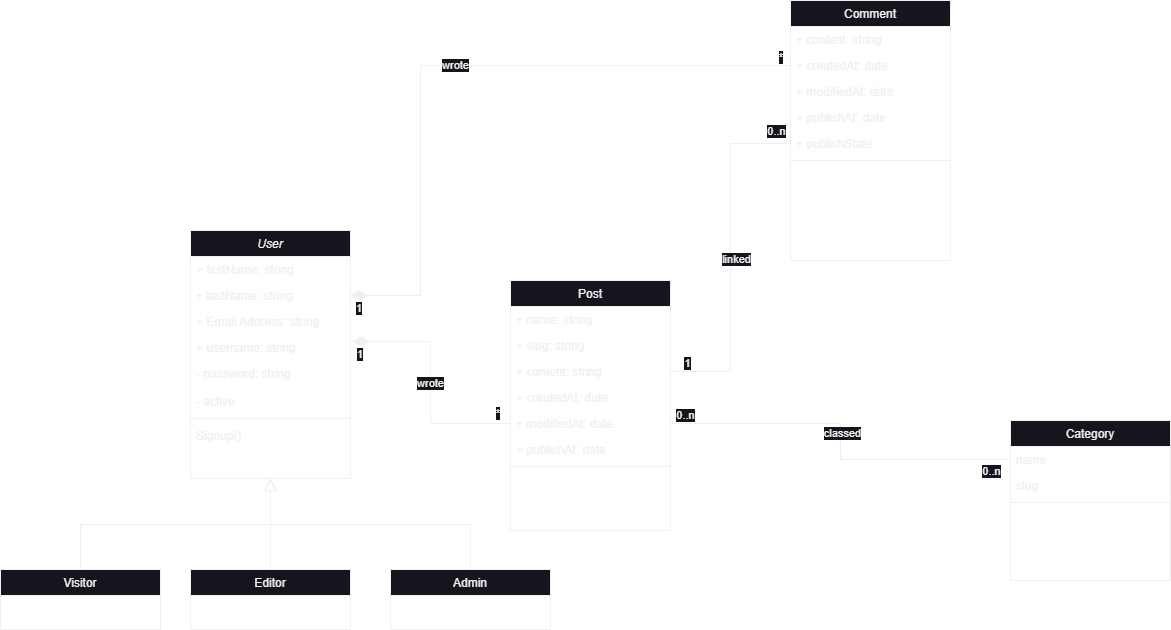
The draw.io diagram diagrams/Class Diagram.png in D-Jerome/Blog, before a commit. Source tidied: cells renumbered, new cells last; positions are measured from the earlier drawing's top-left corner, leaving out a move shared by most shapes.
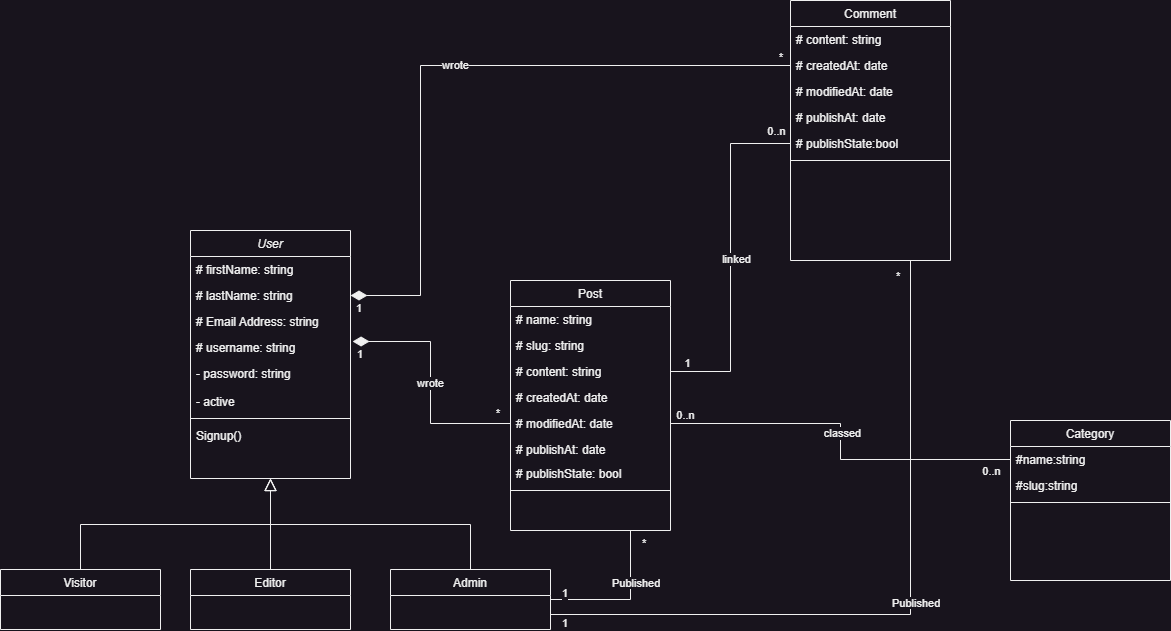
Above is the later version.

The edit, as a diff of the source:
```diff
@@ -5,16 +5,16 @@
     <mxCell id="2" value="User" style="swimlane;fontStyle=2;align=center;verticalAlign=top;horizontal=1;startSize=26;rounded=0;shadow=0;strokeWidth=1;" parent="1" vertex="1">
       <mxGeometry x="190" y="230" width="160" height="248" as="geometry" />
     </mxCell>
-    <mxCell id="3" value="+ firstName: string" style="text;align=left;verticalAlign=top;spacingLeft=4;spacingRight=4;overflow=hidden;" parent="2" vertex="1">
+    <mxCell id="3" value="# firstName: string" style="text;align=left;verticalAlign=top;spacingLeft=4;spacingRight=4;overflow=hidden;" parent="2" vertex="1">
       <mxGeometry y="26" width="160" height="26" as="geometry" />
     </mxCell>
-    <mxCell id="4" value="+ lastName: string" style="text;align=left;verticalAlign=top;spacingLeft=4;spacingRight=4;overflow=hidden;rounded=0;shadow=0;html=0;" parent="2" vertex="1">
+    <mxCell id="4" value="# lastName: string" style="text;align=left;verticalAlign=top;spacingLeft=4;spacingRight=4;overflow=hidden;rounded=0;shadow=0;html=0;" parent="2" vertex="1">
       <mxGeometry y="52" width="160" height="26" as="geometry" />
     </mxCell>
-    <mxCell id="5" value="+ Email Address: string" style="text;align=left;verticalAlign=top;spacingLeft=4;spacingRight=4;overflow=hidden;points=[[0,0.5],[1,0.5]];portConstraint=eastwest;rounded=0;shadow=0;html=0;" parent="2" vertex="1">
+    <mxCell id="5" value="# Email Address: string" style="text;align=left;verticalAlign=top;spacingLeft=4;spacingRight=4;overflow=hidden;points=[[0,0.5],[1,0.5]];portConstraint=eastwest;rounded=0;shadow=0;html=0;" parent="2" vertex="1">
       <mxGeometry y="78" width="160" height="26" as="geometry" />
     </mxCell>
-    <mxCell id="6" value="+ username: string" style="text;align=left;verticalAlign=top;spacingLeft=4;spacingRight=4;overflow=hidden;" parent="2" vertex="1">
+    <mxCell id="6" value="# username: string" style="text;align=left;verticalAlign=top;spacingLeft=4;spacingRight=4;overflow=hidden;" parent="2" vertex="1">
       <mxGeometry y="104" width="160" height="26" as="geometry" />
     </mxCell>
     <mxCell id="7" value="- password: string" style="text;align=left;verticalAlign=top;spacingLeft=4;spacingRight=4;overflow=hidden;" parent="2" vertex="1">
@@ -44,26 +44,29 @@
     <mxCell id="15" value="Post" style="swimlane;fontStyle=0;align=center;verticalAlign=top;horizontal=1;startSize=26;rounded=0;shadow=0;strokeWidth=1;" parent="1" vertex="1">
       <mxGeometry x="510" y="280" width="160" height="250" as="geometry" />
     </mxCell>
-    <mxCell id="16" value="+ name: string" style="text;align=left;verticalAlign=top;spacingLeft=4;spacingRight=4;overflow=hidden;rounded=0;shadow=0;html=0;" parent="15" vertex="1">
+    <mxCell id="16" value="# name: string" style="text;align=left;verticalAlign=top;spacingLeft=4;spacingRight=4;overflow=hidden;rounded=0;shadow=0;html=0;" parent="15" vertex="1">
       <mxGeometry y="26" width="160" height="26" as="geometry" />
     </mxCell>
-    <mxCell id="17" value="+ slug: string" style="text;align=left;verticalAlign=top;spacingLeft=4;spacingRight=4;overflow=hidden;" parent="15" vertex="1">
+    <mxCell id="17" value="# slug: string" style="text;align=left;verticalAlign=top;spacingLeft=4;spacingRight=4;overflow=hidden;" parent="15" vertex="1">
       <mxGeometry y="52" width="160" height="26" as="geometry" />
     </mxCell>
-    <mxCell id="18" value="+ content: string" style="text;align=left;verticalAlign=top;spacingLeft=4;spacingRight=4;overflow=hidden;points=[[0,0.5],[1,0.5]];portConstraint=eastwest;rounded=0;shadow=0;html=0;" parent="15" vertex="1">
+    <mxCell id="18" value="# content: string" style="text;align=left;verticalAlign=top;spacingLeft=4;spacingRight=4;overflow=hidden;points=[[0,0.5],[1,0.5]];portConstraint=eastwest;rounded=0;shadow=0;html=0;" parent="15" vertex="1">
       <mxGeometry y="78" width="160" height="26" as="geometry" />
     </mxCell>
-    <mxCell id="19" value="+ createdAt: date" style="text;align=left;verticalAlign=top;spacingLeft=4;spacingRight=4;overflow=hidden;rounded=0;shadow=0;html=0;" parent="15" vertex="1">
+    <mxCell id="19" value="# createdAt: date" style="text;align=left;verticalAlign=top;spacingLeft=4;spacingRight=4;overflow=hidden;rounded=0;shadow=0;html=0;" parent="15" vertex="1">
       <mxGeometry y="104" width="160" height="26" as="geometry" />
     </mxCell>
-    <mxCell id="20" value="+ modifiedAt: date" style="text;align=left;verticalAlign=top;spacingLeft=4;spacingRight=4;overflow=hidden;points=[[0,0.5],[1,0.5]];portConstraint=eastwest;rounded=0;shadow=0;html=0;" parent="15" vertex="1">
+    <mxCell id="20" value="# modifiedAt: date" style="text;align=left;verticalAlign=top;spacingLeft=4;spacingRight=4;overflow=hidden;points=[[0,0.5],[1,0.5]];portConstraint=eastwest;rounded=0;shadow=0;html=0;" parent="15" vertex="1">
       <mxGeometry y="130" width="160" height="26" as="geometry" />
     </mxCell>
-    <mxCell id="21" value="+ publishAt: date" style="text;align=left;verticalAlign=top;spacingLeft=4;spacingRight=4;overflow=hidden;rounded=0;shadow=0;html=0;" parent="15" vertex="1">
-      <mxGeometry y="156" width="160" height="26" as="geometry" />
+    <mxCell id="21" value="# publishAt: date" style="text;align=left;verticalAlign=top;spacingLeft=4;spacingRight=4;overflow=hidden;rounded=0;shadow=0;html=0;" parent="15" vertex="1">
+      <mxGeometry y="156" width="160" height="24" as="geometry" />
     </mxCell>
+    <mxCell id="50" value="# publishState: bool" style="text;align=left;verticalAlign=top;spacingLeft=4;spacingRight=4;overflow=hidden;rounded=0;shadow=0;html=0;" parent="15" vertex="1">
+      <mxGeometry y="180" width="160" height="26" as="geometry" />
+    </mxCell>
     <mxCell id="22" style="line;html=1;strokeWidth=1;align=left;verticalAlign=middle;spacingTop=-1;spacingLeft=3;spacingRight=3;labelPosition=right;" parent="15" vertex="1">
-      <mxGeometry y="182" width="160" height="8" as="geometry" />
+      <mxGeometry y="206" width="160" height="8" as="geometry" />
     </mxCell>
     <mxCell id="23" value="wrote" style="endArrow=none;html=1;endSize=12;startArrow=diamondThin;startSize=14;startFill=1;edgeStyle=orthogonalEdgeStyle;rounded=0;exitX=1.013;exitY=1.269;exitDx=0;exitDy=0;exitPerimeter=0;entryX=0;entryY=0.5;entryDx=0;entryDy=0;endFill=0;" parent="1" edge="1" source="5" target="20">
       <mxGeometry relative="1" as="geometry" />
@@ -87,19 +90,19 @@
     <mxCell id="28" value="Comment" style="swimlane;fontStyle=0;align=center;verticalAlign=top;horizontal=1;startSize=26;rounded=0;shadow=0;strokeWidth=1;" parent="1" vertex="1">
       <mxGeometry x="790" width="160" height="260" as="geometry" />
     </mxCell>
-    <mxCell id="29" value="+ content: string" style="text;align=left;verticalAlign=top;spacingLeft=4;spacingRight=4;overflow=hidden;rounded=0;shadow=0;html=0;" parent="28" vertex="1">
+    <mxCell id="29" value="# content: string" style="text;align=left;verticalAlign=top;spacingLeft=4;spacingRight=4;overflow=hidden;rounded=0;shadow=0;html=0;" parent="28" vertex="1">
       <mxGeometry y="26" width="160" height="26" as="geometry" />
     </mxCell>
-    <mxCell id="30" value="+ createdAt: date" style="text;align=left;verticalAlign=top;spacingLeft=4;spacingRight=4;overflow=hidden;points=[[0,0.5],[1,0.5]];portConstraint=eastwest;rounded=0;shadow=0;html=0;" parent="28" vertex="1">
+    <mxCell id="30" value="# createdAt: date" style="text;align=left;verticalAlign=top;spacingLeft=4;spacingRight=4;overflow=hidden;points=[[0,0.5],[1,0.5]];portConstraint=eastwest;rounded=0;shadow=0;html=0;" parent="28" vertex="1">
       <mxGeometry y="52" width="160" height="26" as="geometry" />
     </mxCell>
-    <mxCell id="31" value="+ modifiedAt: date" style="text;align=left;verticalAlign=top;spacingLeft=4;spacingRight=4;overflow=hidden;rounded=0;shadow=0;html=0;" parent="28" vertex="1">
+    <mxCell id="31" value="# modifiedAt: date" style="text;align=left;verticalAlign=top;spacingLeft=4;spacingRight=4;overflow=hidden;rounded=0;shadow=0;html=0;" parent="28" vertex="1">
       <mxGeometry y="78" width="160" height="26" as="geometry" />
     </mxCell>
-    <mxCell id="32" value="+ publishAt: date" style="text;align=left;verticalAlign=top;spacingLeft=4;spacingRight=4;overflow=hidden;rounded=0;shadow=0;html=0;" parent="28" vertex="1">
+    <mxCell id="32" value="# publishAt: date" style="text;align=left;verticalAlign=top;spacingLeft=4;spacingRight=4;overflow=hidden;rounded=0;shadow=0;html=0;" parent="28" vertex="1">
       <mxGeometry y="104" width="160" height="26" as="geometry" />
     </mxCell>
-    <mxCell id="33" value="+ publishState" style="text;align=left;verticalAlign=top;spacingLeft=4;spacingRight=4;overflow=hidden;points=[[0,0.5],[1,0.5]];portConstraint=eastwest;" parent="28" vertex="1">
+    <mxCell id="33" value="# publishState:bool" style="text;align=left;verticalAlign=top;spacingLeft=4;spacingRight=4;overflow=hidden;points=[[0,0.5],[1,0.5]];portConstraint=eastwest;" parent="28" vertex="1">
       <mxGeometry y="130" width="160" height="26" as="geometry" />
     </mxCell>
     <mxCell id="34" style="line;html=1;strokeWidth=1;align=left;verticalAlign=middle;spacingTop=-1;spacingLeft=3;spacingRight=3;labelPosition=right;" parent="28" vertex="1">
@@ -108,10 +111,10 @@
     <mxCell id="35" value="Category" style="swimlane;fontStyle=0;align=center;verticalAlign=top;horizontal=1;startSize=26;rounded=0;shadow=0;strokeWidth=1;" parent="1" vertex="1">
       <mxGeometry x="1010" y="420" width="160" height="160" as="geometry" />
     </mxCell>
-    <mxCell id="36" value="name" style="text;align=left;verticalAlign=top;spacingLeft=4;spacingRight=4;overflow=hidden;points=[[0,0.5],[1,0.5]];portConstraint=eastwest;rounded=0;shadow=0;html=0;" parent="35" vertex="1">
+    <mxCell id="36" value="#name:string" style="text;align=left;verticalAlign=top;spacingLeft=4;spacingRight=4;overflow=hidden;points=[[0,0.5],[1,0.5]];portConstraint=eastwest;rounded=0;shadow=0;html=0;" parent="35" vertex="1">
       <mxGeometry y="26" width="160" height="26" as="geometry" />
     </mxCell>
-    <mxCell id="37" value="slug" style="text;align=left;verticalAlign=top;spacingLeft=4;spacingRight=4;overflow=hidden;rounded=0;shadow=0;html=0;" parent="35" vertex="1">
+    <mxCell id="37" value="#slug:string" style="text;align=left;verticalAlign=top;spacingLeft=4;spacingRight=4;overflow=hidden;rounded=0;shadow=0;html=0;" parent="35" vertex="1">
       <mxGeometry y="52" width="160" height="26" as="geometry" />
     </mxCell>
     <mxCell id="38" style="line;html=1;strokeWidth=1;align=left;verticalAlign=middle;spacingTop=-1;spacingLeft=3;spacingRight=3;labelPosition=right;" parent="35" vertex="1">
@@ -168,5 +171,31 @@
         <mxPoint x="-7" y="-21" as="offset" />
       </mxGeometry>
     </mxCell>
+    <mxCell id="51" style="endArrow=none;html=1;rounded=0;exitX=1;exitY=0.5;exitDx=0;exitDy=0;entryX=0.75;entryY=1;entryDx=0;entryDy=0;edgeStyle=orthogonalEdgeStyle;" parent="1" edge="1" source="11" target="15">
+      <mxGeometry relative="1" as="geometry" />
+    </mxCell>
+    <mxCell id="52" value="1" style="edgeLabel;html=1;align=left;verticalAlign=top;" parent="1" vertex="1">
+      <mxGeometry x="560" y="610" as="geometry" />
+    </mxCell>
+    <mxCell id="53" value="*" style="edgeLabel;html=1;align=left;verticalAlign=top;" parent="1" vertex="1">
+      <mxGeometry x="640" y="530" as="geometry" />
+    </mxCell>
+    <mxCell id="54" value="&lt;div style=&quot;text-align: center;&quot;&gt;&lt;span style=&quot;font-size: 11px; background-color: rgb(24, 20, 29);&quot;&gt;Published&lt;/span&gt;&lt;/div&gt;" style="text;whiteSpace=wrap;html=1;" parent="1" vertex="1">
+      <mxGeometry x="610" y="569" width="60" height="40" as="geometry" />
+    </mxCell>
+    <mxCell id="55" style="endArrow=none;html=1;rounded=0;exitX=1;exitY=0.75;exitDx=0;exitDy=0;entryX=0.75;entryY=1;entryDx=0;entryDy=0;edgeStyle=orthogonalEdgeStyle;" parent="1" edge="1" source="11" target="28">
+      <mxGeometry relative="1" as="geometry" />
+    </mxCell>
+    <mxCell id="56" value="&lt;div style=&quot;text-align: center;&quot;&gt;&lt;span style=&quot;font-size: 11px; background-color: rgb(24, 20, 29);&quot;&gt;Published&lt;/span&gt;&lt;/div&gt;" style="text;whiteSpace=wrap;html=1;" parent="1" vertex="1">
+      <mxGeometry x="890" y="589" width="60" height="40" as="geometry" />
+    </mxCell>
+    <mxCell id="57" value="1" style="edgeLabel;html=1;align=left;verticalAlign=top;" parent="1" vertex="1">
+      <mxGeometry x="560" y="580" as="geometry" />
+    </mxCell>
+    <mxCell id="58" value="*" style="edgeLabel;html=1;align=left;verticalAlign=top;" parent="1" vertex="1">
+      <mxGeometry x="650" y="540" as="geometry">
+        <mxPoint x="244" y="-277" as="offset" />
+      </mxGeometry>
+    </mxCell>
   </root>
 </mxGraphModel>
```
